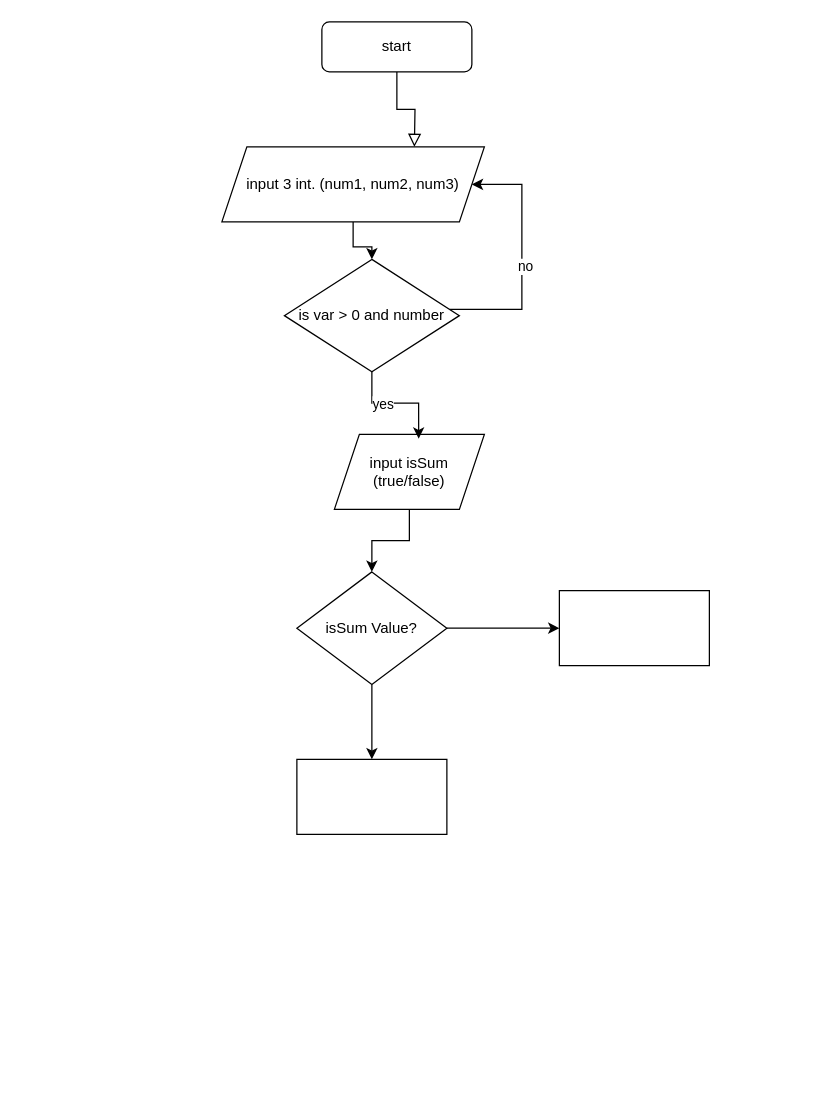
Before: .git 2/2.drawio in RandomNudeGuy/Projects, a draw.io diagram. Source tidied: cells renumbered, new cells numbered last; positions are measured from the earlier drawing's top-left corner, leaving out a move shared by most shapes. Both pictures are drawn from the tidied source at 125%, with x=0, y=0 at pixel (221, 21).
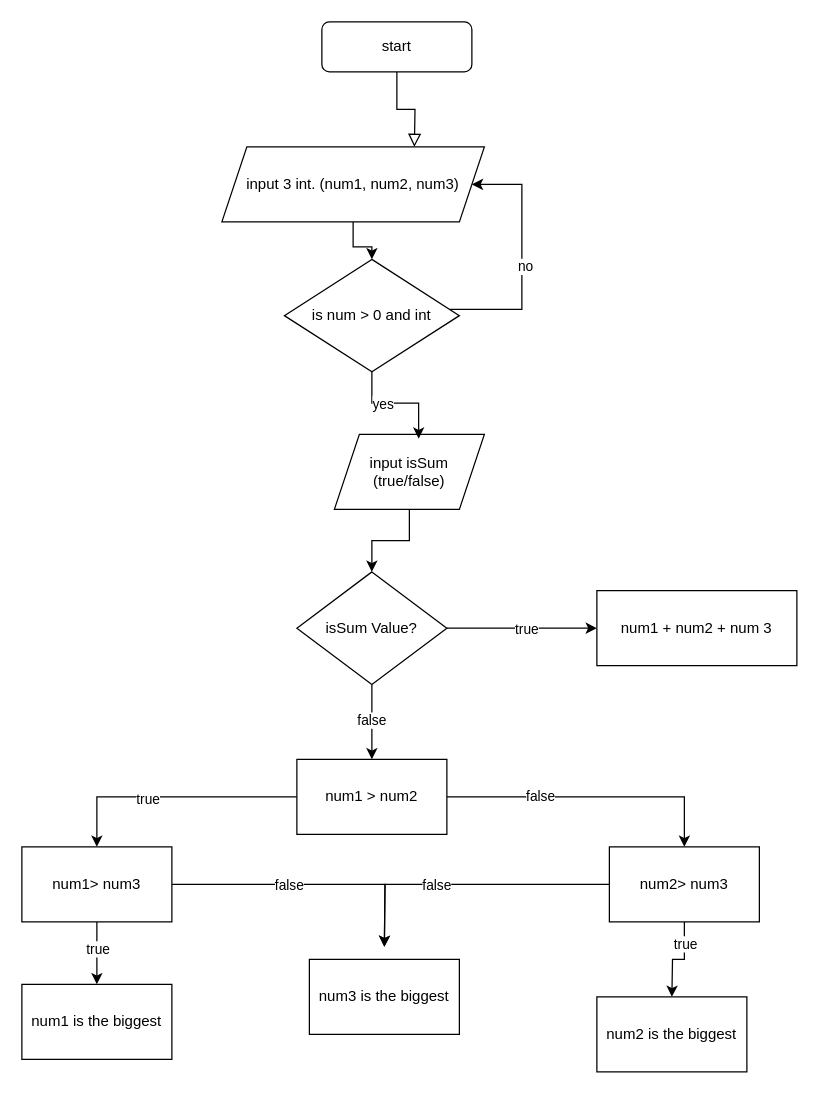
After the change.

The change refers to these unchanged cells:
```xml
<mxCell id="13" style="edgeStyle=orthogonalEdgeStyle;rounded=0;jettySize=auto;html=1;" parent="1" edge="1" source="15" target="16">
  <mxGeometry relative="1" as="geometry" />
</mxCell>
<mxCell id="14" style="edgeStyle=orthogonalEdgeStyle;rounded=0;jettySize=auto;html=1;" parent="1" edge="1" source="15" target="17">
  <mxGeometry relative="1" as="geometry" />
</mxCell>
```

Diff of the diagram source:
```diff
@@
-    <mxCell id="8" value="is var &amp;gt; 0 and number" style="rhombus;whiteSpace=wrap;html=1;" parent="1" vertex="1">
+    <mxCell id="8" value="is num &amp;gt; 0 and int" style="rhombus;whiteSpace=wrap;html=1;" parent="1" vertex="1">
       <mxGeometry x="50" y="190" width="140" height="90" as="geometry" />
     </mxCell>
@@
+    <mxCell id="18" value="true" style="edgeLabel;html=1;align=center;verticalAlign=middle;" parent="13" vertex="1">
+      <mxGeometry x="0.05" relative="1" as="geometry" />
+    </mxCell>
@@
+    <mxCell id="19" value="false" style="edgeLabel;html=1;align=center;verticalAlign=middle;" parent="14" vertex="1">
+      <mxGeometry x="-0.08" y="-1" relative="1" as="geometry" />
+    </mxCell>
@@
-    <mxCell id="16" style="rounded=0;whiteSpace=wrap;html=1;" parent="1" vertex="1">
-      <mxGeometry x="270" y="455" width="120" height="60" as="geometry" />
+    <mxCell id="16" value="num1 + num2 + num 3" style="rounded=0;whiteSpace=wrap;html=1;" parent="1" vertex="1">
+      <mxGeometry x="300" y="455" width="160" height="60" as="geometry" />
     </mxCell>
+    <mxCell id="20" style="edgeStyle=orthogonalEdgeStyle;rounded=0;jettySize=auto;html=1;" parent="1" edge="1" source="17" target="28">
+      <mxGeometry relative="1" as="geometry" />
+    </mxCell>
+    <mxCell id="21" value="true" style="edgeLabel;html=1;align=center;verticalAlign=middle;" parent="20" vertex="1">
+      <mxGeometry x="0.2" y="1" relative="1" as="geometry" />
+    </mxCell>
+    <mxCell id="22" style="edgeStyle=orthogonalEdgeStyle;rounded=0;jettySize=auto;html=1;" parent="1" edge="1" source="17" target="33">
+      <mxGeometry relative="1" as="geometry" />
+    </mxCell>
+    <mxCell id="23" value="false" style="edgeLabel;html=1;align=center;verticalAlign=middle;" parent="22" vertex="1">
+      <mxGeometry x="-0.36" y="1" relative="1" as="geometry" />
+    </mxCell>
-    <mxCell id="17" style="rounded=0;whiteSpace=wrap;html=1;" parent="1" vertex="1">
+    <mxCell id="17" value="num1 &amp;gt; num2" style="rounded=0;whiteSpace=wrap;html=1;" parent="1" vertex="1">
       <mxGeometry x="60" y="590" width="120" height="60" as="geometry" />
     </mxCell>
+    <mxCell id="24" style="edgeStyle=orthogonalEdgeStyle;rounded=0;jettySize=auto;html=1;" parent="1" edge="1" source="28">
+      <mxGeometry relative="1" as="geometry">
+        <mxPoint x="-100" y="770" as="targetPoint" />
+      </mxGeometry>
+    </mxCell>
+    <mxCell id="25" value="true" style="edgeLabel;html=1;align=center;verticalAlign=middle;" parent="24" vertex="1">
+      <mxGeometry x="-0.16" relative="1" as="geometry" />
+    </mxCell>
+    <mxCell id="26" style="edgeStyle=orthogonalEdgeStyle;rounded=0;jettySize=auto;html=1;" parent="1" edge="1" source="28">
+      <mxGeometry relative="1" as="geometry">
+        <mxPoint x="130" y="740" as="targetPoint" />
+      </mxGeometry>
+    </mxCell>
+    <mxCell id="27" value="false" style="edgeLabel;html=1;align=center;verticalAlign=middle;" parent="26" vertex="1">
+      <mxGeometry x="-0.16" relative="1" as="geometry" />
+    </mxCell>
+    <mxCell id="28" value="num1&amp;gt; num3" style="rounded=0;whiteSpace=wrap;html=1;" parent="1" vertex="1">
+      <mxGeometry x="-160" y="660" width="120" height="60" as="geometry" />
+    </mxCell>
+    <mxCell id="29" style="edgeStyle=orthogonalEdgeStyle;rounded=0;jettySize=auto;html=1;" parent="1" edge="1" source="33">
+      <mxGeometry relative="1" as="geometry">
+        <mxPoint x="360" y="780" as="targetPoint" />
+      </mxGeometry>
+    </mxCell>
+    <mxCell id="30" value="true" style="edgeLabel;html=1;align=center;verticalAlign=middle;" parent="29" vertex="1">
+      <mxGeometry x="-0.51" relative="1" as="geometry" />
+    </mxCell>
+    <mxCell id="31" style="edgeStyle=orthogonalEdgeStyle;rounded=0;jettySize=auto;html=1;" parent="1" edge="1" source="33">
+      <mxGeometry relative="1" as="geometry">
+        <mxPoint x="130" y="740" as="targetPoint" />
+      </mxGeometry>
+    </mxCell>
+    <mxCell id="32" value="false" style="edgeLabel;html=1;align=center;verticalAlign=middle;" parent="31" vertex="1">
+      <mxGeometry x="0.21" relative="1" as="geometry" />
+    </mxCell>
+    <mxCell id="33" value="num2&amp;gt; num3" style="rounded=0;whiteSpace=wrap;html=1;" parent="1" vertex="1">
+      <mxGeometry x="310" y="660" width="120" height="60" as="geometry" />
+    </mxCell>
+    <mxCell id="34" value="num3 is the biggest" style="rounded=0;whiteSpace=wrap;html=1;" parent="1" vertex="1">
+      <mxGeometry x="70" y="750" width="120" height="60" as="geometry" />
+    </mxCell>
+    <mxCell id="35" value="num2 is the biggest" style="rounded=0;whiteSpace=wrap;html=1;" parent="1" vertex="1">
+      <mxGeometry x="300" y="780" width="120" height="60" as="geometry" />
+    </mxCell>
+    <mxCell id="36" value="num1 is the biggest" style="rounded=0;whiteSpace=wrap;html=1;" parent="1" vertex="1">
+      <mxGeometry x="-160" y="770" width="120" height="60" as="geometry" />
+    </mxCell>
```
